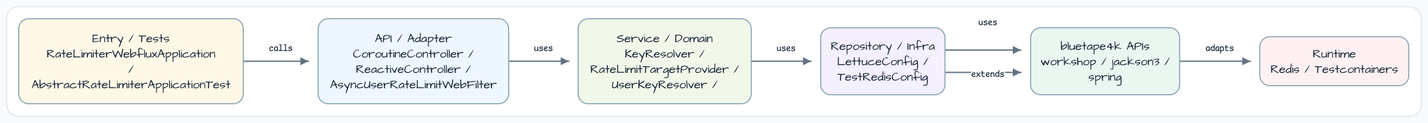
The Graphviz diagram docs/images/readme-diagrams/ratelimit-bucker4j-bluetape4k-webflux-readme-architecture-01.png in bluetape4k/bluetape4k-workshop, before a commit. Its source is kept beside it as docs/images/readme-diagrams/ratelimit-bucker4j-bluetape4k-webflux-readme-architecture-01.dot. The source it was exported from:
```dot
digraph G {
  graph [
    rankdir=LR,
    bgcolor="white",
    pad="0.35",
    nodesep="0.55",
    ranksep="0.75",
    splines=ortho,
    outputorder=edgesfirst
  ];
  node [
    shape=box,
    style="rounded,filled",
    penwidth=1.4,
    color="#88A3B5",
    fillcolor="#F6FAFF",
    fontname="Architects Daughter",
    fontsize=14,
    margin="0.14,0.10"
  ];
  edge [
    color="#637383",
    arrowsize=0.8,
    penwidth=1.5,
    fontname="Comic Mono",
    fontsize=11
  ];

  entry [label="Entry / Tests\nRateLimiterWebfluxApplication\n/\nAbstractRateLimiterApplicationTest", fillcolor="#FFF8E7"];
  api [label="API / Adapter\nCoroutineController /\nReactiveController /\nAsyncUserRateLimitWebFilter", fillcolor="#EEF7FF"];
  service [label="Service / Domain\nKeyResolver /\nRateLimitTargetProvider /\nUserKeyResolver /", fillcolor="#F1F8E9"];
  infra [label="Repository / Infra\nLettuceConfig /\nTestRedisConfig", fillcolor="#F5F0FF"];
  bt [label="bluetape4k APIs\nworkshop / jackson3 /\nspring", fillcolor="#EAF7F0"];
  runtime [label="Runtime\nRedis / Testcontainers", fillcolor="#FFF1F1"];

  entry -> api [label="calls"];
  api -> service [label="uses"];
  service -> infra [label="uses"];
  infra -> bt [label="uses"];
  infra -> bt [label="extends"];
  bt -> runtime [label="adapts"];
}
```
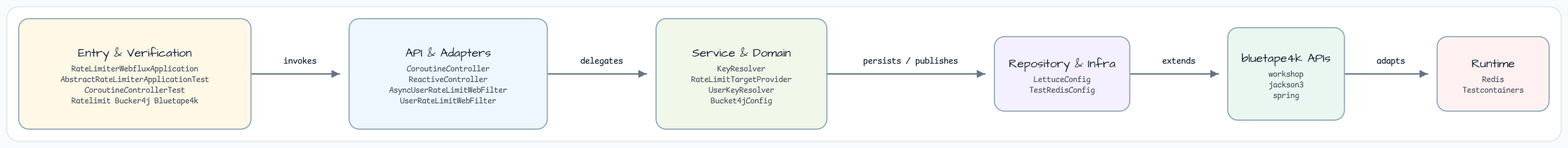
Above is the later version.

Diff of the diagram source:
```diff
@@ -3,8 +3,8 @@
     rankdir=LR,
     bgcolor="white",
     pad="0.35",
-    nodesep="0.55",
-    ranksep="0.75",
+    nodesep="0.70",
+    ranksep="0.95",
     splines=ortho,
     outputorder=edgesfirst
   ];
@@ -16,7 +16,7 @@
     fillcolor="#F6FAFF",
     fontname="Architects Daughter",
     fontsize=14,
-    margin="0.14,0.10"
+    margin="0.20,0.16"
   ];
   edge [
     color="#637383",
@@ -26,17 +26,16 @@
     fontsize=11
   ];
 
-  entry [label="Entry / Tests\nRateLimiterWebfluxApplication\n/\nAbstractRateLimiterApplicationTest", fillcolor="#FFF8E7"];
-  api [label="API / Adapter\nCoroutineController /\nReactiveController /\nAsyncUserRateLimitWebFilter", fillcolor="#EEF7FF"];
-  service [label="Service / Domain\nKeyResolver /\nRateLimitTargetProvider /\nUserKeyResolver /", fillcolor="#F1F8E9"];
-  infra [label="Repository / Infra\nLettuceConfig /\nTestRedisConfig", fillcolor="#F5F0FF"];
-  bt [label="bluetape4k APIs\nworkshop / jackson3 /\nspring", fillcolor="#EAF7F0"];
-  runtime [label="Runtime\nRedis / Testcontainers", fillcolor="#FFF1F1"];
+  entry [label="Entry & Verification\nRateLimiterWebfluxApplication\nAbstractRateLimiterApplicationTest\nCoroutineControllerTest\nRatelimit Bucker4j Bluetape4k", fillcolor="#FFF8E7"];
+  api [label="API & Adapters\nCoroutineController\nReactiveController\nAsyncUserRateLimitWebFilter\nUserRateLimitWebFilter", fillcolor="#EEF7FF"];
+  service [label="Service & Domain\nKeyResolver\nRateLimitTargetProvider\nUserKeyResolver\nBucket4jConfig", fillcolor="#F1F8E9"];
+  infra [label="Repository & Infra\nLettuceConfig\nTestRedisConfig", fillcolor="#F5F0FF"];
+  bt [label="bluetape4k APIs\nworkshop\njackson3\nspring", fillcolor="#EAF7F0"];
+  runtime [label="Runtime\nRedis\nTestcontainers", fillcolor="#FFF1F1"];
 
-  entry -> api [label="calls"];
-  api -> service [label="uses"];
-  service -> infra [label="uses"];
-  infra -> bt [label="uses"];
+  entry -> api [label="invokes"];
+  api -> service [label="delegates"];
+  service -> infra [label="persists / publishes"];
   infra -> bt [label="extends"];
   bt -> runtime [label="adapts"];
 }
```
